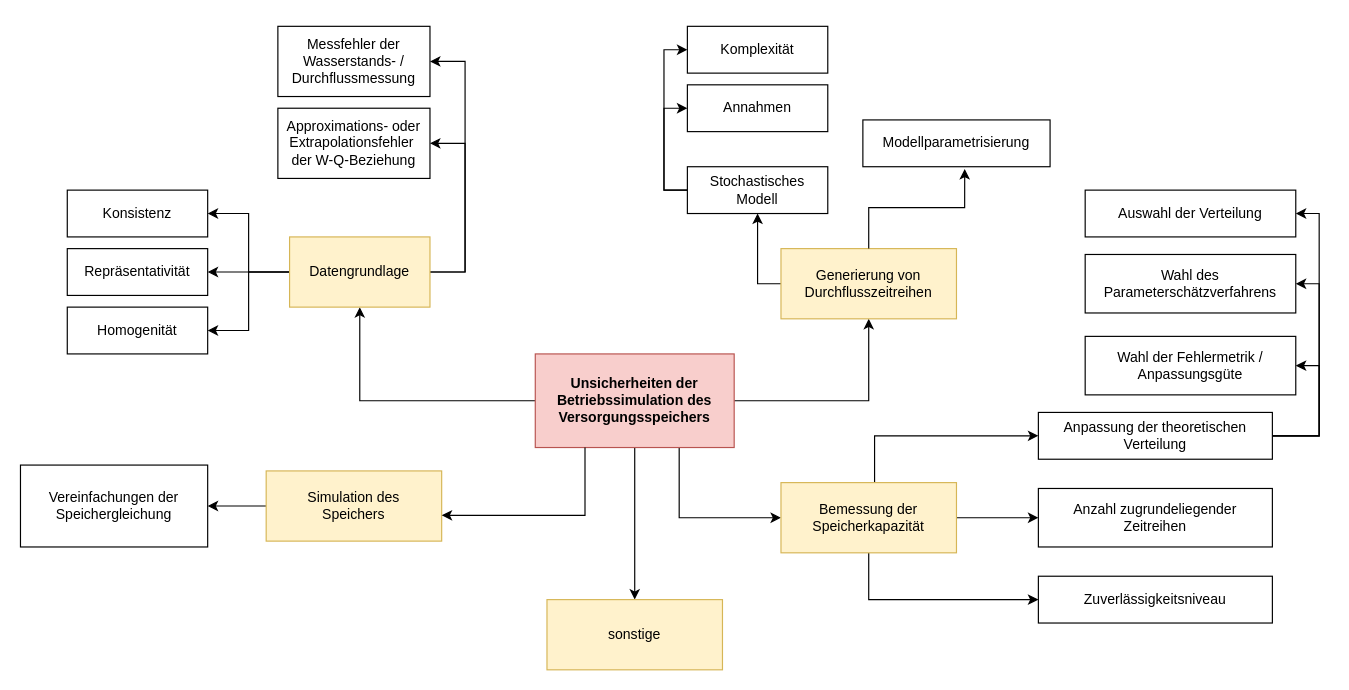
lenamueller/StochastischeSpeicherbemessung keeps this draw.io diagram as images/Unsicherheiten.drawio. Above is the earlier version. Source tidied: cells renumbered, new cells numbered last; positions are measured from the earlier drawing's top-left corner, leaving out a move shared by most shapes. Both pictures are drawn from the tidied source at 117%, with x=0, y=0 at pixel (20, 26).
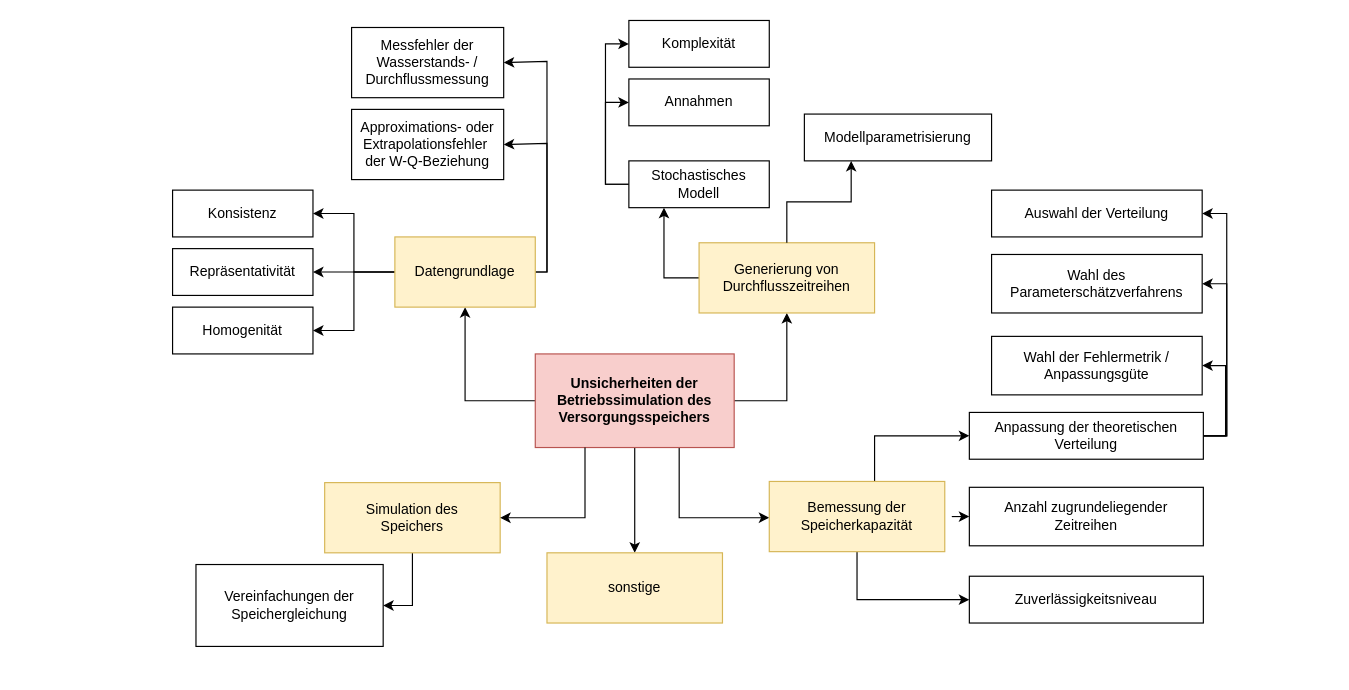
The same page after the edit.

Commit message (it also covers changes not shown here):
Update Netzdruck und Unsicherheiten

Unchanged cells that the change refers to:
```xml
<mxCell id="6" value="&lt;b&gt;Unsicherheiten der Betriebssimulation des Versorgungsspeichers&lt;/b&gt;" style="rounded=0;whiteSpace=wrap;html=1;fillColor=#f8cecc;strokeColor=#b85450;" parent="1" vertex="1">
  <mxGeometry x="440" y="280" width="170" height="80" as="geometry" />
</mxCell>
```

Change to the diagram source:
```diff
@@
     <mxCell id="2" style="edgeStyle=orthogonalEdgeStyle;rounded=0;jettySize=auto;html=1;entryX=0.5;entryY=1;entryDx=0;entryDy=0;" parent="1" edge="1" source="6" target="12">
-      <mxGeometry relative="1" as="geometry" />
+      <mxGeometry relative="1" as="geometry">
+        <Array as="points">
+          <mxPoint x="380" y="320" />
+        </Array>
+      </mxGeometry>
     </mxCell>
@@
     <mxCell id="10" style="edgeStyle=orthogonalEdgeStyle;rounded=0;jettySize=auto;html=1;entryX=1;entryY=0.5;entryDx=0;entryDy=0;" parent="1" edge="1" source="12" target="16">
       <mxGeometry relative="1" as="geometry">
         <Array as="points">
-          <mxPoint x="380" y="210" />
-          <mxPoint x="380" y="30" />
+          <mxPoint x="450" y="210" />
+          <mxPoint x="450" y="30" />
         </Array>
       </mxGeometry>
     </mxCell>
     <mxCell id="11" style="edgeStyle=orthogonalEdgeStyle;rounded=0;jettySize=auto;html=1;exitX=1;exitY=0.5;exitDx=0;exitDy=0;entryX=1;entryY=0.5;entryDx=0;entryDy=0;" parent="1" edge="1" source="12" target="43">
       <mxGeometry relative="1" as="geometry">
         <Array as="points">
-          <mxPoint x="380" y="210" />
-          <mxPoint x="380" y="100" />
+          <mxPoint x="450" y="210" />
+          <mxPoint x="450" y="100" />
         </Array>
       </mxGeometry>
     </mxCell>
     <mxCell id="12" value="Datengrundlage" style="rounded=0;whiteSpace=wrap;html=1;fillColor=#fff2cc;strokeColor=#d6b656;" parent="1" vertex="1">
-      <mxGeometry x="230" y="180" width="120" height="60" as="geometry" />
+      <mxGeometry x="320" y="180" width="120" height="60" as="geometry" />
     </mxCell>
     <mxCell id="13" value="Repräsentativität" style="rounded=0;whiteSpace=wrap;html=1;" parent="1" vertex="1">
-      <mxGeometry x="40" y="190" width="120" height="40" as="geometry" />
+      <mxGeometry x="130" y="190" width="120" height="40" as="geometry" />
     </mxCell>
     <mxCell id="14" value="Konsistenz" style="rounded=0;whiteSpace=wrap;html=1;" parent="1" vertex="1">
-      <mxGeometry x="40" y="140" width="120" height="40" as="geometry" />
+      <mxGeometry x="130" y="140" width="120" height="40" as="geometry" />
     </mxCell>
     <mxCell id="15" value="Homogenität" style="rounded=0;whiteSpace=wrap;html=1;" parent="1" vertex="1">
-      <mxGeometry x="40" y="240" width="120" height="40" as="geometry" />
+      <mxGeometry x="130" y="240" width="120" height="40" as="geometry" />
     </mxCell>
     <mxCell id="16" value="&lt;div&gt;Messfehler der &lt;br&gt;&lt;/div&gt;&lt;div&gt;Wasserstands- /&lt;/div&gt;&lt;div&gt;Durchflussmessung&lt;br&gt;&lt;/div&gt;" style="rounded=0;whiteSpace=wrap;html=1;" parent="1" vertex="1">
-      <mxGeometry x="220" width="130" height="60" as="geometry" />
+      <mxGeometry x="283" y="1" width="130" height="60" as="geometry" />
     </mxCell>
-    <mxCell id="17" style="edgeStyle=orthogonalEdgeStyle;rounded=0;jettySize=auto;html=1;exitX=0;exitY=0.5;exitDx=0;exitDy=0;entryX=0.5;entryY=1;entryDx=0;entryDy=0;" parent="1" edge="1" source="18" target="21">
+    <mxCell id="17" style="edgeStyle=orthogonalEdgeStyle;rounded=0;jettySize=auto;html=1;exitX=0;exitY=0.5;exitDx=0;exitDy=0;entryX=0.25;entryY=1;entryDx=0;entryDy=0;" parent="1" edge="1" source="18" target="21">
       <mxGeometry relative="1" as="geometry" />
     </mxCell>
     <mxCell id="18" value="&lt;div&gt;Generierung von&lt;/div&gt;&lt;div&gt;Durchflusszeitreihen&lt;br&gt;&lt;/div&gt;" style="rounded=0;whiteSpace=wrap;html=1;fillColor=#fff2cc;strokeColor=#d6b656;" parent="1" vertex="1">
-      <mxGeometry x="650" y="190" width="150" height="60" as="geometry" />
+      <mxGeometry x="580" y="185" width="150" height="60" as="geometry" />
     </mxCell>
     <mxCell id="19" style="edgeStyle=orthogonalEdgeStyle;rounded=0;jettySize=auto;html=1;entryX=0;entryY=0.5;entryDx=0;entryDy=0;" parent="1" edge="1" source="21" target="23">
       <mxGeometry relative="1" as="geometry">
         <Array as="points">
-          <mxPoint x="550" y="140" />
-          <mxPoint x="550" y="20" />
+          <mxPoint x="500" y="135" />
+          <mxPoint x="500" y="15" />
         </Array>
       </mxGeometry>
     </mxCell>
     <mxCell id="20" style="edgeStyle=orthogonalEdgeStyle;rounded=0;jettySize=auto;html=1;entryX=0;entryY=0.5;entryDx=0;entryDy=0;" parent="1" edge="1" source="21" target="24">
       <mxGeometry relative="1" as="geometry">
         <Array as="points">
-          <mxPoint x="550" y="140" />
-          <mxPoint x="550" y="70" />
+          <mxPoint x="500" y="135" />
+          <mxPoint x="500" y="65" />
         </Array>
       </mxGeometry>
     </mxCell>
     <mxCell id="21" value="Stochastisches Modell" style="rounded=0;whiteSpace=wrap;html=1;" parent="1" vertex="1">
-      <mxGeometry x="570" y="120" width="120" height="40" as="geometry" />
+      <mxGeometry x="520" y="115" width="120" height="40" as="geometry" />
     </mxCell>
     <mxCell id="22" value="Modellparametrisierung" style="rounded=0;whiteSpace=wrap;html=1;" parent="1" vertex="1">
-      <mxGeometry x="720" y="80" width="160" height="40" as="geometry" />
+      <mxGeometry x="670" y="75" width="160" height="40" as="geometry" />
     </mxCell>
     <mxCell id="23" value="Komplexität" style="rounded=0;whiteSpace=wrap;html=1;" parent="1" vertex="1">
-      <mxGeometry x="570" width="120" height="40" as="geometry" />
+      <mxGeometry x="520" y="-5" width="120" height="40" as="geometry" />
     </mxCell>
     <mxCell id="24" value="Annahmen" style="rounded=0;whiteSpace=wrap;html=1;" parent="1" vertex="1">
-      <mxGeometry x="570" y="50" width="120" height="40" as="geometry" />
+      <mxGeometry x="520" y="45" width="120" height="40" as="geometry" />
     </mxCell>
     <mxCell id="25" value="&lt;div&gt;Anzahl zugrundeliegender&lt;/div&gt;&lt;div&gt;Zeitreihen &lt;br&gt;&lt;/div&gt;" style="rounded=0;whiteSpace=wrap;html=1;" parent="1" vertex="1">
-      <mxGeometry x="870" y="395" width="200" height="50" as="geometry" />
+      <mxGeometry x="811" y="394" width="200" height="50" as="geometry" />
     </mxCell>
-    <mxCell id="26" style="edgeStyle=orthogonalEdgeStyle;rounded=0;jettySize=auto;html=1;exitX=0.5;exitY=0;exitDx=0;exitDy=0;entryX=0.544;entryY=1.05;entryDx=0;entryDy=0;entryPerimeter=0;" parent="1" edge="1" source="18" target="22">
+    <mxCell id="26" style="edgeStyle=orthogonalEdgeStyle;rounded=0;jettySize=auto;html=1;exitX=0.5;exitY=0;exitDx=0;exitDy=0;entryX=0.25;entryY=1;entryDx=0;entryDy=0;" parent="1" edge="1" source="18" target="22">
       <mxGeometry relative="1" as="geometry" />
     </mxCell>
     <mxCell id="27" value="sonstige" style="rounded=0;whiteSpace=wrap;html=1;fillColor=#fff2cc;strokeColor=#d6b656;" parent="1" vertex="1">
-      <mxGeometry x="450" y="490" width="150" height="60" as="geometry" />
+      <mxGeometry x="450" y="450" width="150" height="60" as="geometry" />
     </mxCell>
@@
-    <mxCell id="30" style="edgeStyle=orthogonalEdgeStyle;rounded=0;jettySize=auto;html=1;entryX=0;entryY=0.5;entryDx=0;entryDy=0;" parent="1" edge="1" source="31" target="25">
-      <mxGeometry relative="1" as="geometry" />
+    <mxCell id="30" style="edgeStyle=orthogonalEdgeStyle;rounded=0;jettySize=auto;html=1;entryX=0;entryY=0.5;entryDx=0;entryDy=0;" parent="1" edge="1" target="25">
+      <mxGeometry relative="1" as="geometry">
+        <mxPoint x="796" y="419" as="sourcePoint" />
+      </mxGeometry>
     </mxCell>
     <mxCell id="31" value="&lt;div&gt;Bemessung der &lt;br&gt;&lt;/div&gt;&lt;div&gt;Speicherkapazität&lt;br&gt;&lt;/div&gt;" style="rounded=0;whiteSpace=wrap;html=1;fillColor=#fff2cc;strokeColor=#d6b656;" parent="1" vertex="1">
-      <mxGeometry x="650" y="390" width="150" height="60" as="geometry" />
+      <mxGeometry x="640" y="389" width="150" height="60" as="geometry" />
     </mxCell>
     <mxCell id="32" style="edgeStyle=orthogonalEdgeStyle;rounded=0;jettySize=auto;html=1;entryX=1;entryY=0.5;entryDx=0;entryDy=0;" parent="1" edge="1" source="35" target="38">
       <mxGeometry relative="1" as="geometry">
         <Array as="points">
-          <mxPoint x="1110" y="350" />
-          <mxPoint x="1110" y="290" />
+          <mxPoint x="1030" y="350" />
+          <mxPoint x="1030" y="290" />
         </Array>
       </mxGeometry>
     </mxCell>
-    <mxCell id="33" style="edgeStyle=orthogonalEdgeStyle;rounded=0;jettySize=auto;html=1;entryX=1;entryY=0.5;entryDx=0;entryDy=0;" parent="1" edge="1" source="35" target="39">
-      <mxGeometry relative="1" as="geometry">
-        <Array as="points">
-          <mxPoint x="1110" y="350" />
-          <mxPoint x="1110" y="220" />
-        </Array>
-      </mxGeometry>
+    <mxCell id="33" style="edgeStyle=orthogonalEdgeStyle;rounded=0;jettySize=auto;html=1;exitX=1;exitY=0.5;exitDx=0;exitDy=0;entryX=1;entryY=0.5;entryDx=0;entryDy=0;" parent="1" edge="1" source="35" target="39">
+      <mxGeometry relative="1" as="geometry" />
     </mxCell>
-    <mxCell id="34" style="edgeStyle=orthogonalEdgeStyle;rounded=0;jettySize=auto;html=1;entryX=1;entryY=0.5;entryDx=0;entryDy=0;" parent="1" edge="1" source="35" target="36">
-      <mxGeometry relative="1" as="geometry">
-        <Array as="points">
-          <mxPoint x="1110" y="350" />
-          <mxPoint x="1110" y="160" />
-        </Array>
-      </mxGeometry>
+    <mxCell id="34" style="edgeStyle=orthogonalEdgeStyle;rounded=0;jettySize=auto;html=1;exitX=1;exitY=0.5;exitDx=0;exitDy=0;entryX=1;entryY=0.5;entryDx=0;entryDy=0;" parent="1" edge="1" source="35" target="36">
+      <mxGeometry relative="1" as="geometry" />
     </mxCell>
     <mxCell id="35" value="Anpassung der theoretischen Verteilung" style="rounded=0;whiteSpace=wrap;html=1;" parent="1" vertex="1">
-      <mxGeometry x="870" y="330" width="200" height="40" as="geometry" />
+      <mxGeometry x="811" y="330" width="200" height="40" as="geometry" />
     </mxCell>
     <mxCell id="36" value="Auswahl der Verteilung" style="rounded=0;whiteSpace=wrap;html=1;" parent="1" vertex="1">
-      <mxGeometry x="910" y="140" width="180" height="40" as="geometry" />
+      <mxGeometry x="830" y="140" width="180" height="40" as="geometry" />
     </mxCell>
     <mxCell id="37" value="Zuverlässigkeitsniveau" style="rounded=0;whiteSpace=wrap;html=1;" parent="1" vertex="1">
-      <mxGeometry x="870" y="470" width="200" height="40" as="geometry" />
+      <mxGeometry x="811" y="470" width="200" height="40" as="geometry" />
     </mxCell>
     <mxCell id="38" value="Wahl der Fehlermetrik / Anpassungsgüte" style="rounded=0;whiteSpace=wrap;html=1;" parent="1" vertex="1">
-      <mxGeometry x="910" y="265" width="180" height="50" as="geometry" />
+      <mxGeometry x="830" y="265" width="180" height="50" as="geometry" />
     </mxCell>
     <mxCell id="39" value="Wahl des Parameterschätzverfahrens" style="rounded=0;whiteSpace=wrap;html=1;" parent="1" vertex="1">
-      <mxGeometry x="910" y="195" width="180" height="50" as="geometry" />
+      <mxGeometry x="830" y="195" width="180" height="50" as="geometry" />
     </mxCell>
-    <mxCell id="40" style="edgeStyle=orthogonalEdgeStyle;rounded=0;jettySize=auto;html=1;exitX=0;exitY=0.5;exitDx=0;exitDy=0;entryX=1;entryY=0.5;entryDx=0;entryDy=0;" parent="1" edge="1" source="41" target="42">
+    <mxCell id="40" style="edgeStyle=orthogonalEdgeStyle;rounded=0;jettySize=auto;html=1;exitX=0.5;exitY=1;exitDx=0;exitDy=0;entryX=1;entryY=0.5;entryDx=0;entryDy=0;" parent="1" edge="1" source="41" target="42">
       <mxGeometry relative="1" as="geometry" />
     </mxCell>
     <mxCell id="41" value="&lt;div&gt;Simulation des&lt;/div&gt;&lt;div&gt;Speichers&lt;br&gt;&lt;/div&gt;" style="rounded=0;whiteSpace=wrap;html=1;fillColor=#fff2cc;strokeColor=#d6b656;" parent="1" vertex="1">
-      <mxGeometry x="210" y="380" width="150" height="60" as="geometry" />
+      <mxGeometry x="260" y="390" width="150" height="60" as="geometry" />
     </mxCell>
     <mxCell id="42" value="Vereinfachungen der Speichergleichung" style="rounded=0;whiteSpace=wrap;html=1;" parent="1" vertex="1">
-      <mxGeometry y="375" width="160" height="70" as="geometry" />
+      <mxGeometry x="150" y="460" width="160" height="70" as="geometry" />
     </mxCell>
     <mxCell id="43" value="&lt;div&gt;Approximations- oder&lt;/div&gt;&lt;div&gt;Extrapolationsfehler&amp;nbsp;&lt;/div&gt;&lt;div&gt;der W-Q-Beziehung&lt;br&gt;&lt;/div&gt;" style="rounded=0;whiteSpace=wrap;html=1;" parent="1" vertex="1">
-      <mxGeometry x="220" y="70" width="130" height="60" as="geometry" />
+      <mxGeometry x="283" y="71" width="130" height="60" as="geometry" />
     </mxCell>
-    <mxCell id="44" style="edgeStyle=orthogonalEdgeStyle;rounded=0;jettySize=auto;html=1;exitX=0.25;exitY=1;exitDx=0;exitDy=0;entryX=1;entryY=0.633;entryDx=0;entryDy=0;entryPerimeter=0;" parent="1" edge="1" source="6" target="41">
+    <mxCell id="44" style="edgeStyle=orthogonalEdgeStyle;rounded=0;jettySize=auto;html=1;exitX=0.25;exitY=1;exitDx=0;exitDy=0;entryX=1;entryY=0.5;entryDx=0;entryDy=0;" parent="1" edge="1" source="6" target="41">
       <mxGeometry relative="1" as="geometry" />
     </mxCell>
```
